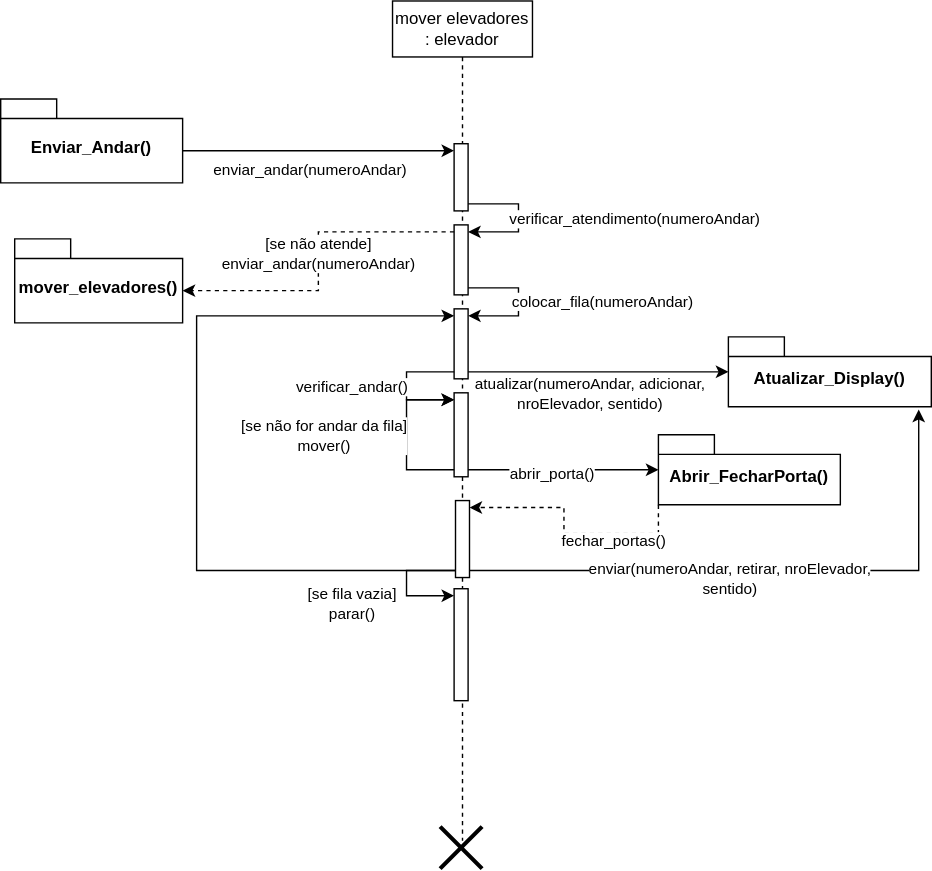
The draw.io diagram Diagrama-Sequencia/mover_elevadores.svg in wholocked1/Projeto-2-modelagem, before a commit. Source tidied: cells renumbered, new cells last; positions are measured from the earlier drawing's top-left corner, leaving out a move shared by most shapes.
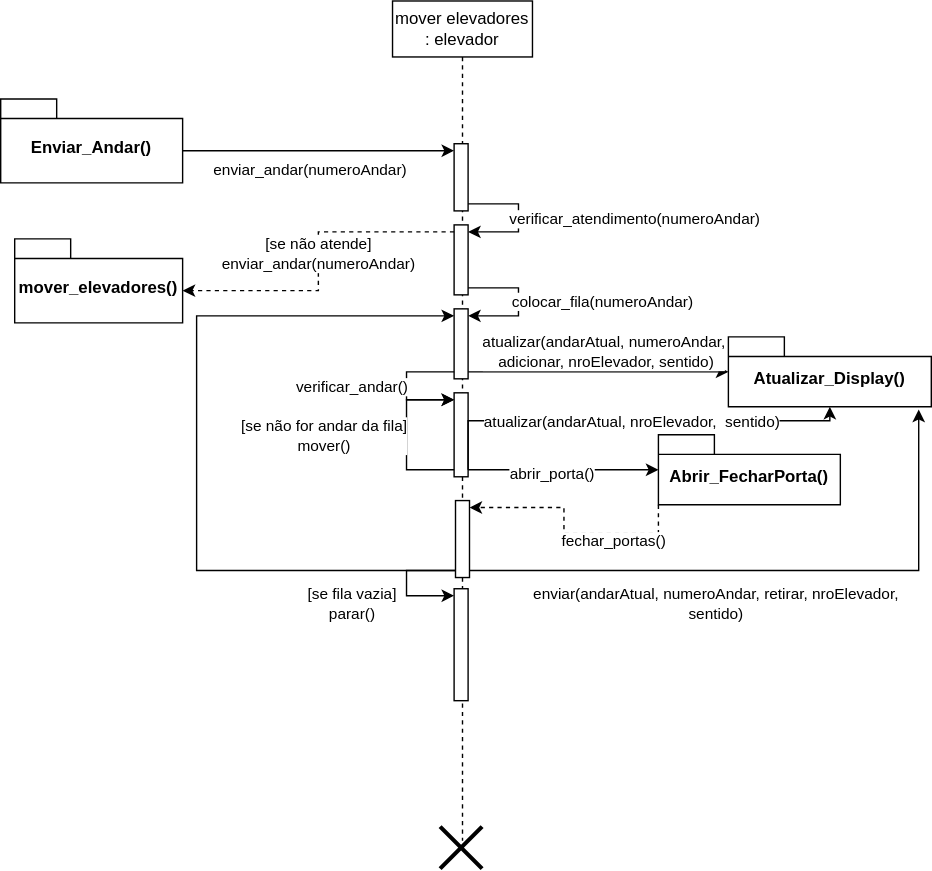
The same diagram one commit later.

What changed in the source:
```diff
@@ -124,9 +124,9 @@
     <mxCell id="27" style="edgeStyle=orthogonalEdgeStyle;rounded=0;jettySize=auto;html=1;curved=0;exitX=1;exitY=1;exitDx=0;exitDy=-5;exitPerimeter=0;" parent="1" edge="1" source="8" target="26">
       <mxGeometry relative="1" as="geometry" />
     </mxCell>
-    <mxCell id="28" value="atualizar(numeroAndar, adicionar,&lt;div&gt;nroElevador, sentido)&lt;/div&gt;" style="edgeLabel;html=1;align=center;verticalAlign=middle;" parent="27" vertex="1">
+    <mxCell id="28" value="atualizar(andarAtual, numeroAndar,&lt;div&gt;&amp;nbsp;adicionar, nroElevador, sentido)&lt;/div&gt;" style="edgeLabel;html=1;align=center;verticalAlign=middle;" parent="27" vertex="1">
       <mxGeometry x="-0.16" y="1" relative="1" as="geometry">
-        <mxPoint x="8" y="16" as="offset" />
+        <mxPoint x="18" y="-14" as="offset" />
       </mxGeometry>
     </mxCell>
     <mxCell id="29" style="edgeStyle=orthogonalEdgeStyle;rounded=0;jettySize=auto;html=1;exitX=0;exitY=0;exitDx=0;exitDy=50;exitPerimeter=0;entryX=1;entryY=0;entryDx=0;entryDy=5;entryPerimeter=0;dashed=1;" parent="1" edge="1" source="31" target="14">
@@ -149,13 +149,26 @@
     <mxCell id="34" style="edgeStyle=orthogonalEdgeStyle;rounded=0;jettySize=auto;html=1;curved=0;exitX=1;exitY=1;exitDx=0;exitDy=-5;exitPerimeter=0;entryX=0.938;entryY=1.04;entryDx=0;entryDy=0;entryPerimeter=0;" parent="1" edge="1" source="14" target="26">
       <mxGeometry relative="1" as="geometry" />
     </mxCell>
-    <mxCell id="35" value="enviar(numeroAndar, retirar, nroElevador,&lt;div&gt;sentido)&lt;/div&gt;" style="edgeLabel;html=1;align=center;verticalAlign=middle;" parent="34" vertex="1">
+    <mxCell id="35" value="enviar(andarAtual, numeroAndar, retirar, nroElevador,&lt;div&gt;sentido)&lt;/div&gt;" style="edgeLabel;html=1;align=center;verticalAlign=middle;" parent="34" vertex="1">
       <mxGeometry x="-0.15" y="2" relative="1" as="geometry">
-        <mxPoint x="-1" y="7" as="offset" />
+        <mxPoint x="-11" y="25" as="offset" />
       </mxGeometry>
     </mxCell>
     <mxCell id="36" style="shape=umlDestroy;whiteSpace=wrap;html=1;strokeWidth=3;targetShapes=umlLifeline;" parent="1" vertex="1">
       <mxGeometry x="314" y="590" width="30" height="30" as="geometry" />
     </mxCell>
+    <mxCell id="37" style="edgeStyle=orthogonalEdgeStyle;rounded=0;jettySize=auto;html=1;curved=0;exitX=1;exitY=1;exitDx=0;exitDy=-5;exitPerimeter=0;entryX=0.5;entryY=1;entryDx=0;entryDy=0;entryPerimeter=0;" parent="1" edge="1" source="11" target="26">
+      <mxGeometry relative="1" as="geometry">
+        <Array as="points">
+          <mxPoint x="334" y="300" />
+          <mxPoint x="593" y="300" />
+        </Array>
+      </mxGeometry>
+    </mxCell>
+    <mxCell id="38" value="atualizar(andarAtual, nroElevador,&amp;nbsp; sentido)" style="edgeLabel;html=1;align=center;verticalAlign=middle;" parent="37" vertex="1">
+      <mxGeometry x="-0.15" y="-1" relative="1" as="geometry">
+        <mxPoint x="22" y="-1" as="offset" />
+      </mxGeometry>
+    </mxCell>
   </root>
 </mxGraphModel>
```
